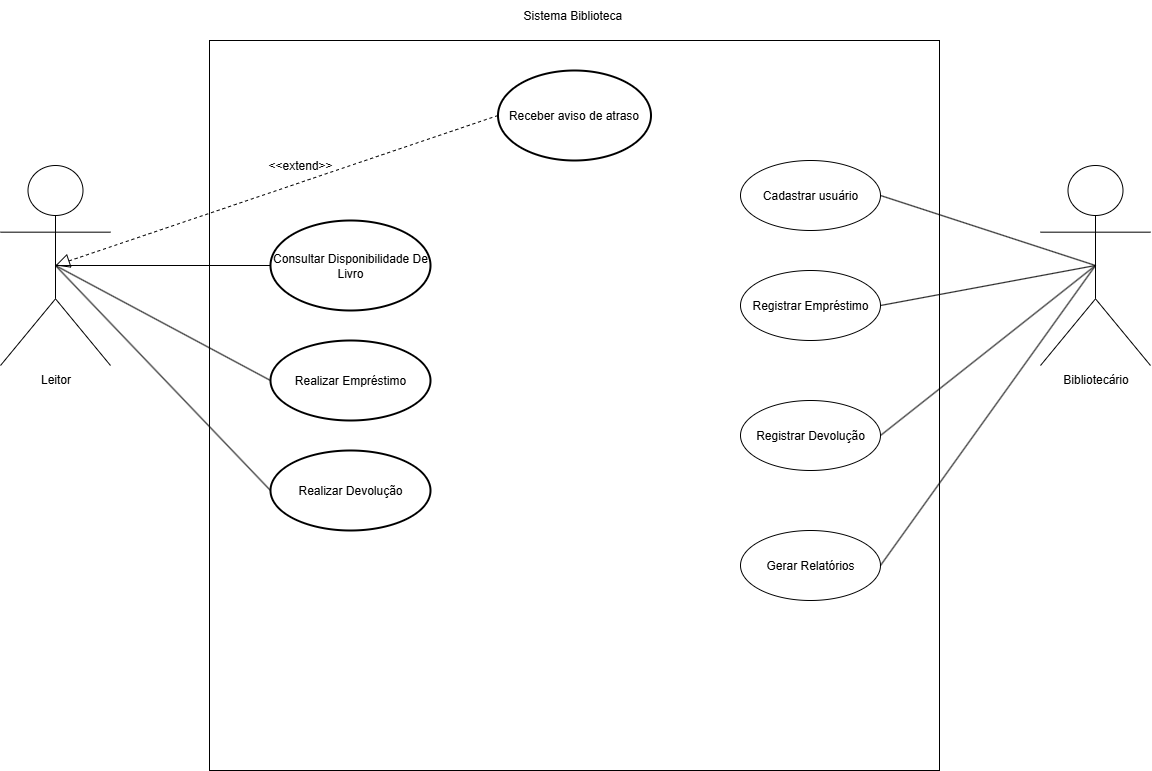
Zaibam/Projeto-DesenvolvimentoDeSistemas-2 keeps this draw.io diagram as Diagrama De Caso De Uso.drawio.png. Above is the earlier version. Source tidied: cells renumbered, new cells last; positions are measured from the earlier drawing's top-left corner, leaving out a move shared by most shapes.
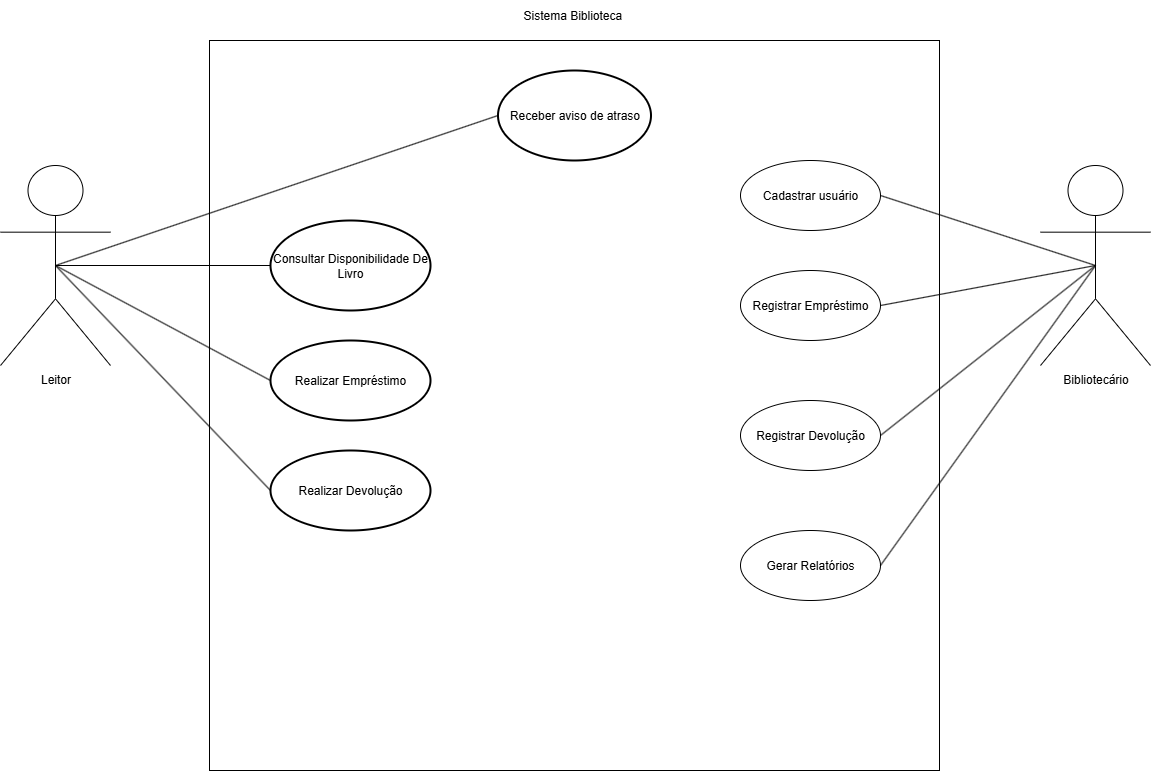
Above is the later version.

What changed in the source:
```diff
@@ -59,11 +59,8 @@
     <mxCell id="20" style="endArrow=none;html=1;rounded=0;entryX=0.5;entryY=0.5;entryDx=0;entryDy=0;entryPerimeter=0;exitX=1;exitY=0.5;exitDx=0;exitDy=0;" parent="1" edge="1" source="13" target="9">
       <mxGeometry relative="1" as="geometry" />
     </mxCell>
-    <mxCell id="21" value="&amp;lt;&amp;lt;extend&amp;gt;&amp;gt;" style="text;html=1;align=center;verticalAlign=middle;whiteSpace=wrap;rounded=0;" parent="1" vertex="1">
-      <mxGeometry x="270" y="150" width="60" height="30" as="geometry" />
-    </mxCell>
-    <mxCell id="22" style="endArrow=block;dashed=1;endFill=0;endSize=12;html=1;rounded=0;entryX=0.5;entryY=0.5;entryDx=0;entryDy=0;entryPerimeter=0;exitX=0;exitY=0.5;exitDx=0;exitDy=0;exitPerimeter=0;" parent="1" edge="1" source="6" target="4">
-      <mxGeometry relative="1" as="geometry" />
-    </mxCell>
+    <mxCell id="23" style="endArrow=none;html=1;rounded=0;entryX=0;entryY=0.5;entryDx=0;entryDy=0;entryPerimeter=0;exitX=0.5;exitY=0.5;exitDx=0;exitDy=0;exitPerimeter=0;" parent="1" edge="1" source="4" target="6">
+      <mxGeometry relative="1" as="geometry" />
+    </mxCell>
   </root>
 </mxGraphModel>
```
